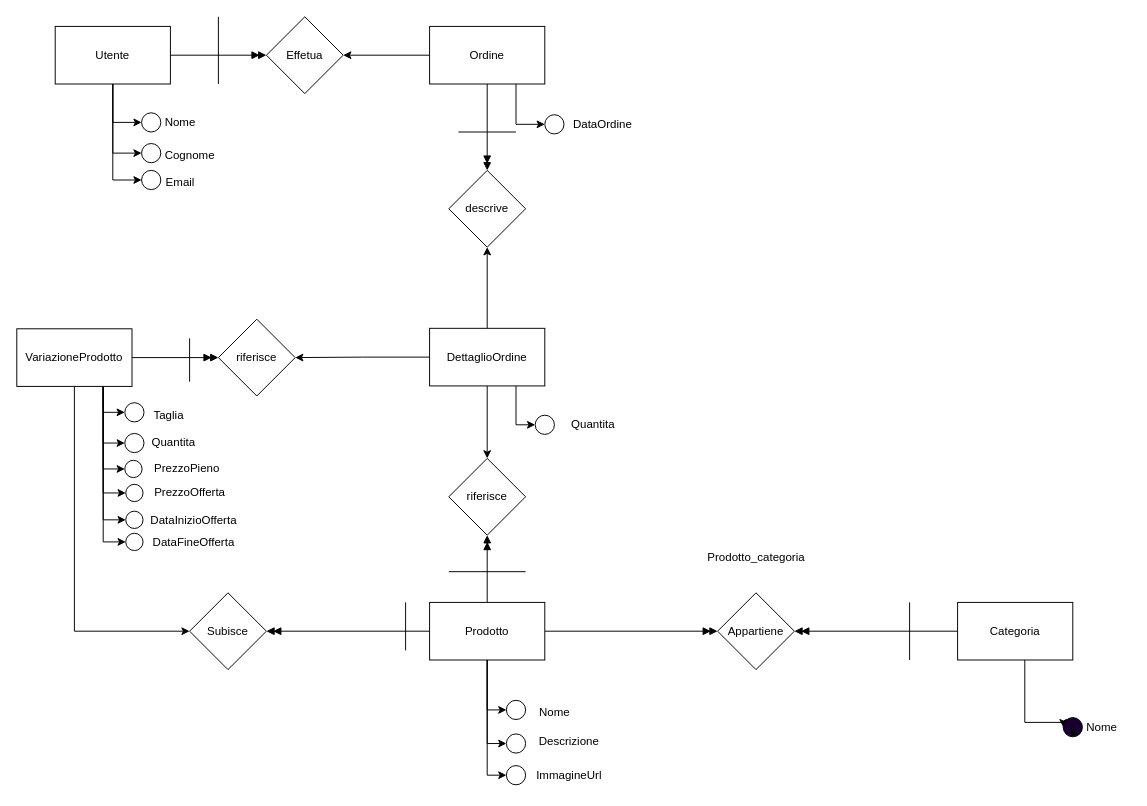
This is TaskNegozioAbbigliamento/GestioneNegozioAbbDiagramma.drawio from ValerioDezzi/AcademyIENDEM, a draw.io file, before an edit. Source tidied: cells renumbered, new cells numbered last; positions are measured from the earlier drawing's top-left corner, leaving out a move shared by most shapes. Both pictures are drawn from the tidied source at 96%, with x=0, y=0 at pixel (16, 16).
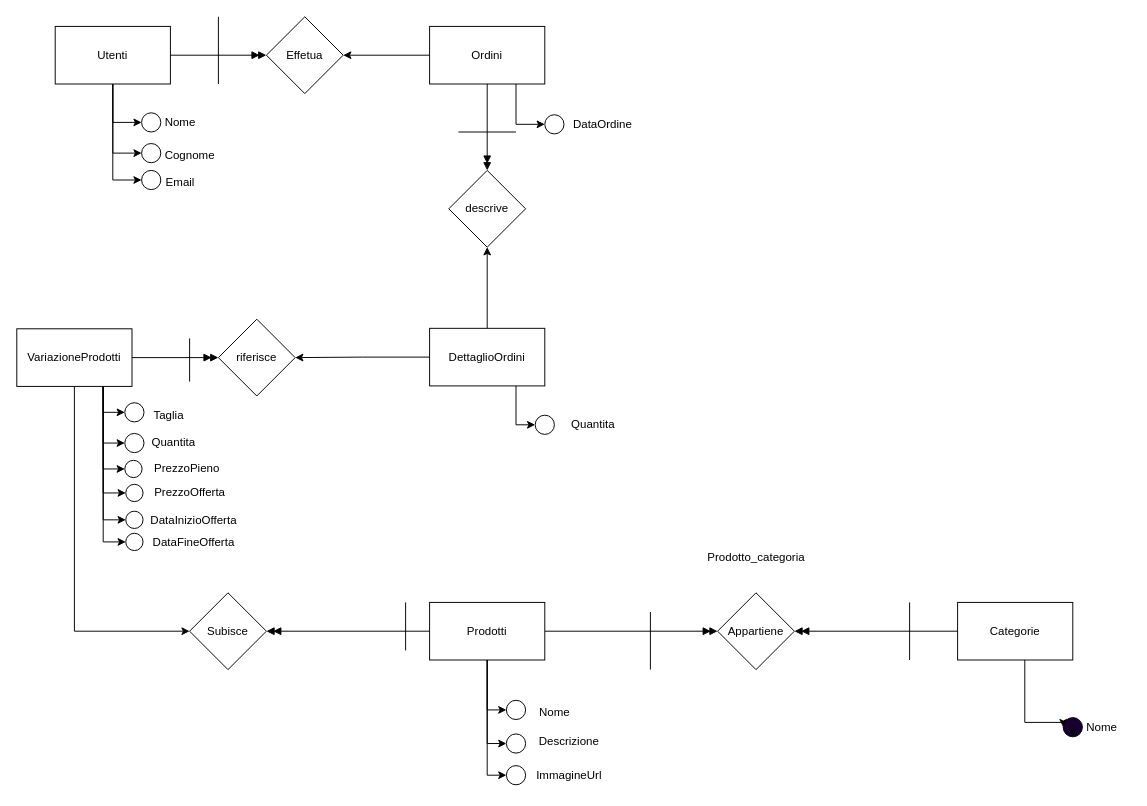
Above is the later version.

Change to the diagram source:
```diff
@@
-    <mxCell id="7" style="edgeStyle=orthogonalEdgeStyle;rounded=0;jettySize=auto;html=1;entryX=0.5;entryY=1;entryDx=0;entryDy=0;endArrow=doubleBlock;endFill=1;" parent="1" edge="1" source="8" target="51">
-      <mxGeometry relative="1" as="geometry" />
-    </mxCell>
-    <mxCell id="8" value="Prodotto" style="rounded=0;whiteSpace=wrap;html=1;" parent="1" vertex="1">
+    <mxCell id="8" value="Prodotti" style="rounded=0;whiteSpace=wrap;html=1;" parent="1" vertex="1">
       <mxGeometry x="430" y="610" width="120" height="60" as="geometry" />
     </mxCell>
@@
-    <mxCell id="11" value="Categoria" style="rounded=0;whiteSpace=wrap;html=1;" parent="1" vertex="1">
+    <mxCell id="11" value="Categorie" style="rounded=0;whiteSpace=wrap;html=1;" parent="1" vertex="1">
       <mxGeometry x="980" y="610" width="120" height="60" as="geometry" />
     </mxCell>
@@
-    <mxCell id="16" value="Utente" style="rounded=0;whiteSpace=wrap;html=1;" parent="1" vertex="1">
+    <mxCell id="16" value="Utenti" style="rounded=0;whiteSpace=wrap;html=1;" parent="1" vertex="1">
       <mxGeometry x="40" y="10" width="120" height="60" as="geometry" />
     </mxCell>
@@
-    <mxCell id="20" value="Ordine" style="rounded=0;whiteSpace=wrap;html=1;" parent="1" vertex="1">
+    <mxCell id="20" value="Ordini" style="rounded=0;whiteSpace=wrap;html=1;" parent="1" vertex="1">
       <mxGeometry x="430" y="10" width="120" height="60" as="geometry" />
     </mxCell>
@@
-    <mxCell id="29" value="VariazioneProdotto" style="whiteSpace=wrap;html=1;" parent="1" vertex="1">
+    <mxCell id="29" value="VariazioneProdotti" style="whiteSpace=wrap;html=1;" parent="1" vertex="1">
       <mxGeometry y="325" width="120" height="60" as="geometry" />
     </mxCell>
@@
-    <mxCell id="46" style="edgeStyle=orthogonalEdgeStyle;rounded=0;jettySize=auto;html=1;entryX=0.5;entryY=0;entryDx=0;entryDy=0;endArrow=classic;endFill=1;" parent="1" edge="1" source="49" target="51">
-      <mxGeometry relative="1" as="geometry" />
-    </mxCell>
@@
-    <mxCell id="49" value="DettaglioOrdine" style="rounded=0;whiteSpace=wrap;html=1;" parent="1" vertex="1">
+    <mxCell id="49" value="DettaglioOrdini" style="rounded=0;whiteSpace=wrap;html=1;" parent="1" vertex="1">
       <mxGeometry x="430" y="324.5" width="120" height="60" as="geometry" />
     </mxCell>
@@
-    <mxCell id="51" value="riferisce" style="rhombus;whiteSpace=wrap;html=1;" parent="1" vertex="1">
-      <mxGeometry x="450" y="460" width="80" height="80" as="geometry" />
-    </mxCell>
@@
-    <mxCell id="63" style="endArrow=none;html=1;rounded=0;" parent="1" edge="1">
-      <mxGeometry relative="1" as="geometry">
-        <mxPoint x="450" y="578" as="sourcePoint" />
-        <mxPoint x="530" y="578" as="targetPoint" />
-      </mxGeometry>
-    </mxCell>
@@
+    <mxCell id="79" style="endArrow=none;html=1;rounded=0;" parent="1" edge="1">
+      <mxGeometry relative="1" as="geometry">
+        <mxPoint x="660" y="680" as="sourcePoint" />
+        <mxPoint x="660" y="620" as="targetPoint" />
+      </mxGeometry>
+    </mxCell>
```
